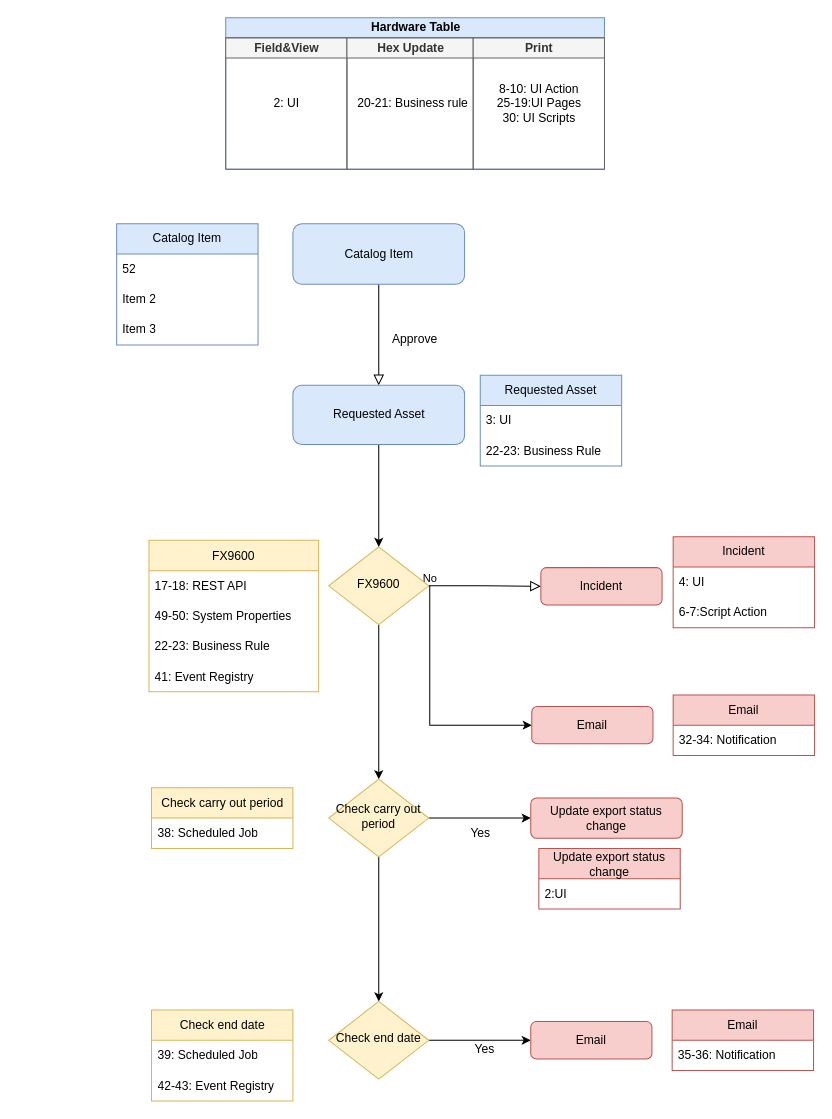
okrang/ServiceNow keeps this draw.io diagram as page "HW table&고정형" (1 of 2) of 운영자메뉴얼.drawio. Above is the earlier version. Source tidied: cells renumbered, new cells numbered last; positions are measured from the earlier drawing's top-left corner, leaving out a move shared by most shapes. Both pictures are drawn from the tidied source at 101%, with x=0, y=0 at pixel (116, 17).
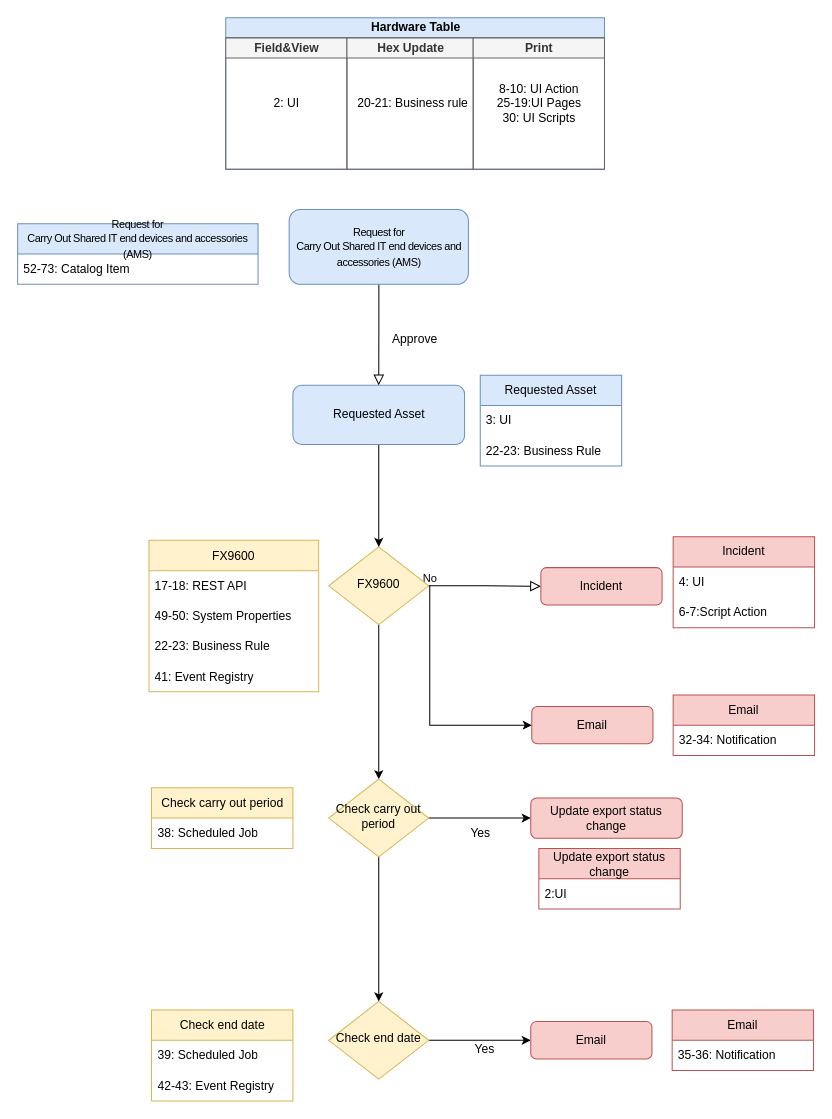
Above is the later version.

Commit message:
운영자메뉴얼_완성.drawio 업데이트

Change to the diagram source:
```diff
@@
-    <mxCell id="3" value="Catalog Item" style="rounded=1;whiteSpace=wrap;html=1;fontSize=12;glass=0;strokeWidth=1;shadow=0;fillColor=#dae8fc;strokeColor=#6c8ebf;" parent="1" vertex="1">
-      <mxGeometry x="174.5" y="204" width="170" height="60" as="geometry" />
+    <mxCell id="3" value="&lt;span style=&quot;font-size: 8.1pt; font-family: Candara; letter-spacing: -0.33pt;&quot;&gt;Request for&lt;br&gt;Carry Out Shared IT end devices and accessories (AMS)&lt;/span&gt;" style="rounded=1;whiteSpace=wrap;html=1;fontSize=12;glass=0;strokeWidth=1;shadow=0;fillColor=#dae8fc;strokeColor=#6c8ebf;" parent="1" vertex="1">
+      <mxGeometry x="170.8" y="190" width="177.5" height="74" as="geometry" />
     </mxCell>
@@
-    <mxCell id="11" value="Catalog Item" style="swimlane;fontStyle=0;horizontal=1;startSize=30;whiteSpace=wrap;html=1;fillColor=#dae8fc;strokeColor=#6c8ebf;" parent="1" vertex="1">
-      <mxGeometry y="204" width="140" height="120" as="geometry" />
+    <mxCell id="11" value="&lt;span style=&quot;font-size: 8.1pt; font-family: Candara; letter-spacing: -0.33pt;&quot;&gt;Request for&lt;br&gt;Carry Out Shared IT end devices and accessories (AMS)&lt;/span&gt;" style="swimlane;fontStyle=0;horizontal=1;startSize=30;whiteSpace=wrap;html=1;fillColor=#dae8fc;strokeColor=#6c8ebf;" parent="1" vertex="1">
+      <mxGeometry x="-98" y="204" width="238" height="60" as="geometry" />
     </mxCell>
-    <mxCell id="12" value="52" style="text;strokeColor=none;fillColor=none;align=left;verticalAlign=middle;spacingLeft=4;spacingRight=4;overflow=hidden;whiteSpace=wrap;html=1;" parent="11" vertex="1">
-      <mxGeometry y="30" width="140" height="30" as="geometry" />
+    <mxCell id="12" value="52-73: Catalog Item" style="text;strokeColor=none;fillColor=none;align=left;verticalAlign=middle;spacingLeft=4;spacingRight=4;overflow=hidden;whiteSpace=wrap;html=1;" parent="11" vertex="1">
+      <mxGeometry y="30" width="238" height="30" as="geometry" />
     </mxCell>
-    <mxCell id="13" value="Item 2" style="text;strokeColor=none;fillColor=none;align=left;verticalAlign=middle;spacingLeft=4;spacingRight=4;overflow=hidden;whiteSpace=wrap;html=1;" parent="11" vertex="1">
-      <mxGeometry y="60" width="140" height="30" as="geometry" />
-    </mxCell>
-    <mxCell id="14" value="Item 3" style="text;strokeColor=none;fillColor=none;align=left;verticalAlign=middle;spacingLeft=4;spacingRight=4;overflow=hidden;whiteSpace=wrap;html=1;" parent="11" vertex="1">
-      <mxGeometry y="90" width="140" height="30" as="geometry" />
-    </mxCell>
```
